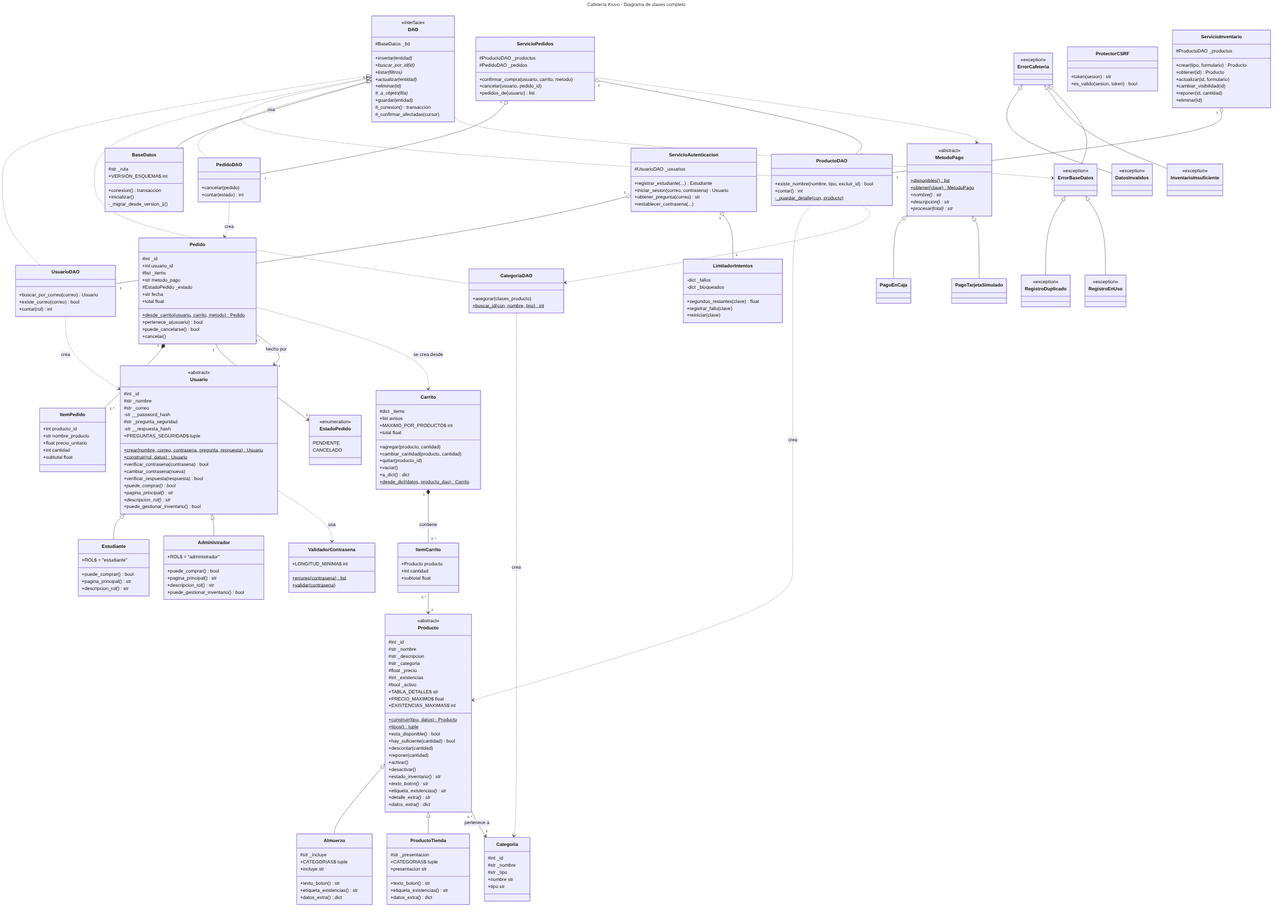
This is docs/diagrama_clases.png from cristyelizabetth/cafeteria-kiuvo-poo, a Mermaid export, as it was before one commit. Its source is kept beside it as docs/diagrama_clases.mmd. Source of this version:
```mermaid
---
title: Cafetería Kiuvo - Diagrama de clases completo
---
classDiagram
    direction TB

    class Usuario {
        <<abstract>>
        #int _id
        #str _nombre
        #str _correo
        -str __password_hash
        #str _pregunta_seguridad
        -str __respuesta_hash
        +PREGUNTAS_SEGURIDAD$ tuple
        +crear(nombre, correo, contrasena, pregunta, respuesta)$ Usuario
        +construir(rol, datos)$ Usuario
        +verificar_contrasena(contrasena) bool
        +cambiar_contrasena(nueva)
        +verificar_respuesta(respuesta) bool
        +puede_comprar()* bool
        +pagina_principal()* str
        +descripcion_rol()* str
        +puede_gestionar_inventario() bool
    }
    class Estudiante {
        +ROL$ = "estudiante"
        +puede_comprar() bool
        +pagina_principal() str
        +descripcion_rol() str
    }
    class Administrador {
        +ROL$ = "administrador"
        +puede_comprar() bool
        +pagina_principal() str
        +descripcion_rol() str
        +puede_gestionar_inventario() bool
    }
    Usuario <|-- Estudiante
    Usuario <|-- Administrador

    class Categoria {
        #int _id
        #str _nombre
        #str _tipo
        +nombre str
        +tipo str
    }
    class Producto {
        <<abstract>>
        #int _id
        #str _nombre
        #str _descripcion
        #str _categoria
        #float _precio
        #int _existencias
        #bool _activo
        +TABLA_DETALLE$ str
        +PRECIO_MAXIMO$ float
        +EXISTENCIAS_MAXIMAS$ int
        +construir(tipo, datos)$ Producto
        +tipos()$ tuple
        +esta_disponible() bool
        +hay_suficiente(cantidad) bool
        +descontar(cantidad)
        +reponer(cantidad)
        +activar()
        +desactivar()
        +estado_inventario() str
        +texto_boton()* str
        +etiqueta_existencias()* str
        +detalle_extra()* str
        +datos_extra()* dict
    }
    class Almuerzo {
        #str _incluye
        +CATEGORIAS$ tuple
        +incluye str
        +texto_boton() str
        +etiqueta_existencias() str
        +datos_extra() dict
    }
    class ProductoTienda {
        #str _presentacion
        +CATEGORIAS$ tuple
        +presentacion str
        +texto_boton() str
        +etiqueta_existencias() str
        +datos_extra() dict
    }
    Producto <|-- Almuerzo
    Producto <|-- ProductoTienda
    Producto "0..*" --> "1" Categoria : pertenece a

    class Carrito {
        #dict _items
        +list avisos
        +MAXIMO_POR_PRODUCTO$ int
        +agregar(producto, cantidad)
        +cambiar_cantidad(producto, cantidad)
        +quitar(producto_id)
        +vaciar()
        +total float
        +a_dict() dict
        +desde_dict(datos, producto_dao)$ Carrito
    }
    class ItemCarrito {
        +Producto producto
        +int cantidad
        +subtotal float
    }
    Carrito "1" *-- "0..*" ItemCarrito : contiene
    ItemCarrito "0..*" --> "1" Producto

    class Pedido {
        #int _id
        +int usuario_id
        #list _items
        +str metodo_pago
        #EstadoPedido _estado
        +str fecha
        +desde_carrito(usuario, carrito, metodo)$ Pedido
        +total float
        +pertenece_a(usuario) bool
        +puede_cancelarse() bool
        +cancelar()
    }
    class ItemPedido {
        +int producto_id
        +str nombre_producto
        +float precio_unitario
        +int cantidad
        +subtotal float
    }
    class EstadoPedido {
        <<enumeration>>
        PENDIENTE
        CANCELADO
    }
    Pedido "1" *-- "1..*" ItemPedido : contiene
    Pedido "1" --> "1" EstadoPedido
    Pedido "0..*" --> "1" Usuario : hecho por
    Pedido ..> Carrito : se crea desde

    class MetodoPago {
        <<abstract>>
        +disponibles()$ list
        +obtener(clave)$ MetodoPago
        +nombre()* str
        +descripcion()* str
        +procesar(total)* str
    }
    class PagoEnCaja
    class PagoTarjetaSimulado
    MetodoPago <|-- PagoEnCaja
    MetodoPago <|-- PagoTarjetaSimulado

    class DAO {
        <<interface>>
        #BaseDatos _bd
        +insertar(entidad)*
        +buscar_por_id(id)*
        +listar(filtros)*
        +actualizar(entidad)*
        +eliminar(id)*
        #_a_objeto(fila)*
        +guardar(entidad)
        #_conexion() transacción
        #_confirmar_afectadas(cursor)
    }
    class UsuarioDAO {
        +buscar_por_correo(correo) Usuario
        +existe_correo(correo) bool
        +contar(rol) int
    }
    class CategoriaDAO {
        +asegurar(clases_producto)
        +buscar_id(con, nombre, tipo)$ int
    }
    class ProductoDAO {
        +existe_nombre(nombre, tipo, excluir_id) bool
        +contar() int
        -_guardar_detalle(con, producto)$
    }
    class PedidoDAO {
        +cancelar(pedido)
        +contar(estado) int
    }
    DAO <|.. UsuarioDAO
    DAO <|.. CategoriaDAO
    DAO <|.. ProductoDAO
    DAO <|.. PedidoDAO
    DAO "0..*" o-- "1" BaseDatos : usa
    UsuarioDAO ..> Usuario : crea
    CategoriaDAO ..> Categoria : crea
    ProductoDAO ..> Producto : crea
    ProductoDAO ..> CategoriaDAO
    PedidoDAO ..> Pedido : crea

    class BaseDatos {
        #str _ruta
        +VERSION_ESQUEMA$ int
        +conexion() transacción
        +inicializar()
        -_migrar_desde_version_1()
    }

    class ServicioAutenticacion {
        #UsuarioDAO _usuarios
        +registrar_estudiante(...) Estudiante
        +iniciar_sesion(correo, contrasena) Usuario
        +obtener_pregunta(correo) str
        +restablecer_contrasena(...)
    }
    class ServicioPedidos {
        #ProductoDAO _productos
        #PedidoDAO _pedidos
        +confirmar_compra(usuario, carrito, metodo)
        +cancelar(usuario, pedido_id)
        +pedidos_de(usuario) list
    }
    class ServicioInventario {
        #ProductoDAO _productos
        +crear(tipo, formulario) Producto
        +obtener(id) Producto
        +actualizar(id, formulario)
        +cambiar_visibilidad(id)
        +reponer(id, cantidad)
        +eliminar(id)
    }
    ServicioAutenticacion "1" o-- "1" UsuarioDAO
    ServicioAutenticacion "1" o-- "2" LimitadorIntentos
    ServicioPedidos "1" o-- "1" PedidoDAO
    ServicioPedidos "1" o-- "1" ProductoDAO
    ServicioPedidos ..> MetodoPago
    ServicioInventario "1" o-- "1" ProductoDAO

    class ValidadorContrasena {
        +LONGITUD_MINIMA$ int
        +errores(contrasena)$ list
        +validar(contrasena)$
    }
    class LimitadorIntentos {
        -dict _fallos
        -dict _bloqueados
        +segundos_restantes(clave) float
        +registrar_fallo(clave)
        +reiniciar(clave)
    }
    class ProtectorCSRF {
        +token(sesion) str
        +es_valido(sesion, token) bool
    }
    Usuario ..> ValidadorContrasena : usa

    class ErrorCafeteria {
        <<exception>>
    }
    class DatosInvalidos {
        <<exception>>
    }
    class InventarioInsuficiente {
        <<exception>>
    }
    class ErrorBaseDatos {
        <<exception>>
    }
    class RegistroDuplicado {
        <<exception>>
    }
    class RegistroEnUso {
        <<exception>>
    }
    ErrorCafeteria <|-- DatosInvalidos
    ErrorCafeteria <|-- InventarioInsuficiente
    ErrorCafeteria <|-- ErrorBaseDatos
    ErrorBaseDatos <|-- RegistroDuplicado
    ErrorBaseDatos <|-- RegistroEnUso
    DAO ..> ErrorBaseDatos : lanza
```
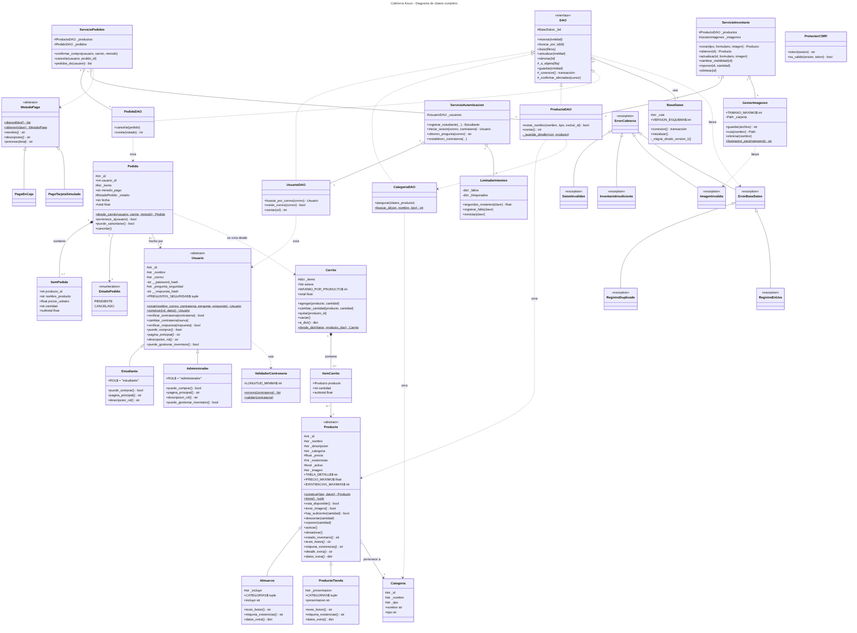
After the commit.

What changed in the source:
```diff
@@ -55,12 +55,14 @@
         #float _precio
         #int _existencias
         #bool _activo
+        #str _imagen
         +TABLA_DETALLE$ str
         +PRECIO_MAXIMO$ float
         +EXISTENCIAS_MAXIMAS$ int
         +construir(tipo, datos)$ Producto
         +tipos()$ tuple
         +esta_disponible() bool
+        +tiene_imagen() bool
         +hay_suficiente(cantidad) bool
         +descontar(cantidad)
         +reponer(cantidad)
@@ -221,9 +223,10 @@
     }
     class ServicioInventario {
         #ProductoDAO _productos
-        +crear(tipo, formulario) Producto
+        #GestorImagenes _imagenes
+        +crear(tipo, formulario, imagen) Producto
         +obtener(id) Producto
-        +actualizar(id, formulario)
+        +actualizar(id, formulario, imagen)
         +cambiar_visibilidad(id)
         +reponer(id, cantidad)
         +eliminar(id)
@@ -234,6 +237,16 @@
     ServicioPedidos "1" o-- "1" ProductoDAO
     ServicioPedidos ..> MetodoPago
     ServicioInventario "1" o-- "1" ProductoDAO
+    class GestorImagenes {
+        +TAMANO_MAXIMO$ int
+        -Path _carpeta
+        +guardar(archivo) str
+        +ruta(nombre) Path
+        +eliminar(nombre)
+        +ilustracion_para(categoria)$ str
+    }
+    ServicioInventario "1" o-- "1" GestorImagenes
+    GestorImagenes ..> ImagenInvalida : lanza
 
     class ValidadorContrasena {
         +LONGITUD_MINIMA$ int
@@ -262,6 +275,9 @@
     class InventarioInsuficiente {
         <<exception>>
     }
+    class ImagenInvalida {
+        <<exception>>
+    }
     class ErrorBaseDatos {
         <<exception>>
     }
@@ -273,6 +289,7 @@
     }
     ErrorCafeteria <|-- DatosInvalidos
     ErrorCafeteria <|-- InventarioInsuficiente
+    ErrorCafeteria <|-- ImagenInvalida
     ErrorCafeteria <|-- ErrorBaseDatos
     ErrorBaseDatos <|-- RegistroDuplicado
     ErrorBaseDatos <|-- RegistroEnUso
```
